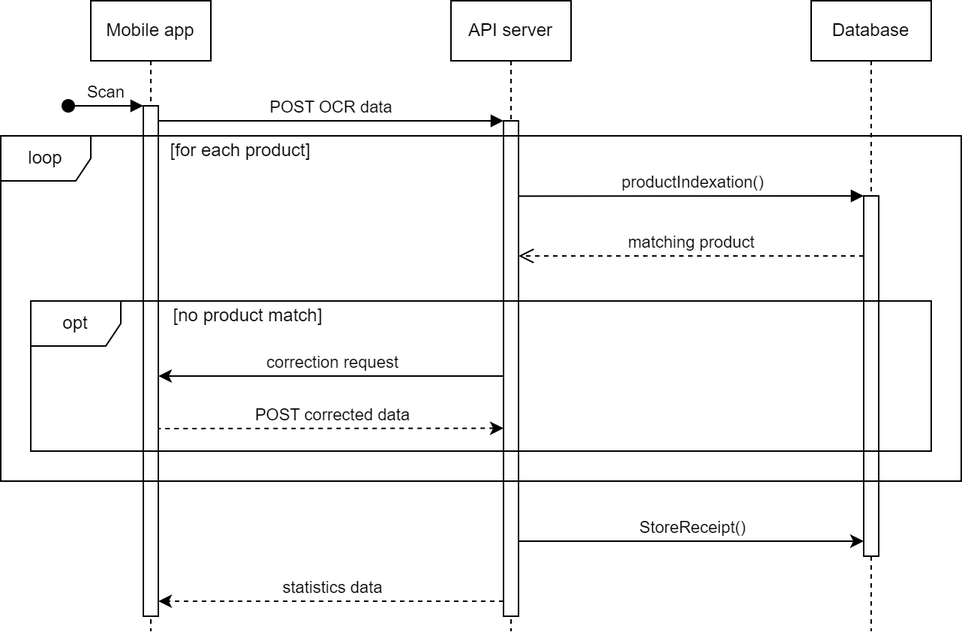
Above: docs/figures/sequence_scan.png in DrC0okie/scanalyze (draw.io), before the change. Source tidied: cells renumbered, new cells last; positions are measured from the earlier drawing's top-left corner, leaving out a move shared by most shapes. Source of this version:
```xml
<mxGraphModel>
  <root>
    <mxCell id="0" />
    <mxCell id="1" parent="0" />
    <mxCell id="2" value="Mobile app" style="shape=umlLifeline;perimeter=lifelinePerimeter;whiteSpace=wrap;html=1;newEdgeStyle={&quot;edgeStyle&quot;:&quot;elbowEdgeStyle&quot;,&quot;elbow&quot;:&quot;vertical&quot;,&quot;curved&quot;:0,&quot;rounded&quot;:0};" parent="1" vertex="1">
      <mxGeometry x="60" width="80" height="420" as="geometry" />
    </mxCell>
    <mxCell id="3" style="html=1;points=[];perimeter=orthogonalPerimeter;outlineConnect=0;targetShapes=umlLifeline;portConstraint=eastwest;newEdgeStyle={&quot;edgeStyle&quot;:&quot;elbowEdgeStyle&quot;,&quot;elbow&quot;:&quot;vertical&quot;,&quot;curved&quot;:0,&quot;rounded&quot;:0};" parent="2" vertex="1">
      <mxGeometry x="35" y="70" width="10" height="340" as="geometry" />
    </mxCell>
    <mxCell id="4" value="Scan" style="html=1;verticalAlign=bottom;startArrow=oval;endArrow=block;startSize=8;edgeStyle=elbowEdgeStyle;elbow=vertical;curved=0;rounded=0;" parent="2" edge="1" target="3">
      <mxGeometry relative="1" as="geometry">
        <mxPoint x="-15" y="70" as="sourcePoint" />
      </mxGeometry>
    </mxCell>
    <mxCell id="5" value="API server" style="shape=umlLifeline;whiteSpace=wrap;html=1;newEdgeStyle={&quot;edgeStyle&quot;:&quot;elbowEdgeStyle&quot;,&quot;elbow&quot;:&quot;vertical&quot;,&quot;curved&quot;:0,&quot;rounded&quot;:0};perimeter=rectanglePerimeter;targetShapes=umlLifeline;participant=label;" parent="1" vertex="1">
      <mxGeometry x="300" width="80" height="420" as="geometry" />
    </mxCell>
    <mxCell id="6" style="html=1;points=[];perimeter=orthogonalPerimeter;outlineConnect=0;targetShapes=umlLifeline;portConstraint=eastwest;newEdgeStyle={&quot;edgeStyle&quot;:&quot;elbowEdgeStyle&quot;,&quot;elbow&quot;:&quot;vertical&quot;,&quot;curved&quot;:0,&quot;rounded&quot;:0};" parent="5" vertex="1">
      <mxGeometry x="35" y="80" width="10" height="330" as="geometry" />
    </mxCell>
    <mxCell id="7" value="POST OCR data" style="html=1;verticalAlign=bottom;endArrow=block;edgeStyle=elbowEdgeStyle;elbow=vertical;curved=0;rounded=0;" parent="1" edge="1" source="3" target="6">
      <mxGeometry relative="1" as="geometry">
        <Array as="points">
          <mxPoint x="200" y="80" />
        </Array>
      </mxGeometry>
    </mxCell>
    <mxCell id="8" value="Database" style="shape=umlLifeline;perimeter=lifelinePerimeter;whiteSpace=wrap;html=1;newEdgeStyle={&quot;edgeStyle&quot;:&quot;elbowEdgeStyle&quot;,&quot;elbow&quot;:&quot;vertical&quot;,&quot;curved&quot;:0,&quot;rounded&quot;:0};" parent="1" vertex="1">
      <mxGeometry x="540" width="80" height="420" as="geometry" />
    </mxCell>
    <mxCell id="9" style="html=1;points=[];perimeter=orthogonalPerimeter;outlineConnect=0;targetShapes=umlLifeline;portConstraint=eastwest;newEdgeStyle={&quot;edgeStyle&quot;:&quot;elbowEdgeStyle&quot;,&quot;elbow&quot;:&quot;vertical&quot;,&quot;curved&quot;:0,&quot;rounded&quot;:0};" parent="8" vertex="1">
      <mxGeometry x="35" y="130" width="10" height="240" as="geometry" />
    </mxCell>
    <mxCell id="10" style="edgeStyle=elbowEdgeStyle;rounded=0;orthogonalLoop=1;jettySize=auto;html=1;elbow=vertical;curved=0;endArrow=block;endFill=1;" parent="1" edge="1">
      <mxGeometry relative="1" as="geometry">
        <mxPoint x="345" y="130.2" as="sourcePoint" />
        <mxPoint x="575" y="130.2" as="targetPoint" />
      </mxGeometry>
    </mxCell>
    <mxCell id="11" value="productIndexation()" style="edgeLabel;html=1;align=center;verticalAlign=middle;" parent="10" vertex="1">
      <mxGeometry x="-0.14" y="1" relative="1" as="geometry">
        <mxPoint x="17" y="-9" as="offset" />
      </mxGeometry>
    </mxCell>
    <mxCell id="12" value="matching product" style="html=1;verticalAlign=bottom;endArrow=open;dashed=1;endSize=8;edgeStyle=elbowEdgeStyle;elbow=vertical;curved=0;rounded=0;" parent="1" edge="1">
      <mxGeometry relative="1" as="geometry">
        <mxPoint x="575" y="170" as="sourcePoint" />
        <mxPoint x="345" y="170" as="targetPoint" />
        <Array as="points">
          <mxPoint x="355" y="170" />
        </Array>
      </mxGeometry>
    </mxCell>
    <mxCell id="13" value="loop" style="shape=umlFrame;whiteSpace=wrap;html=1;" parent="1" vertex="1">
      <mxGeometry y="90" width="640" height="230" as="geometry" />
    </mxCell>
    <mxCell id="14" value="[for each product]" style="text;strokeColor=none;align=center;fillColor=none;html=1;verticalAlign=middle;whiteSpace=wrap;rounded=0;" parent="1" vertex="1">
      <mxGeometry x="100" y="90" width="120" height="20" as="geometry" />
    </mxCell>
    <mxCell id="15" value="opt" style="shape=umlFrame;whiteSpace=wrap;html=1;" parent="1" vertex="1">
      <mxGeometry x="20" y="200" width="600" height="100" as="geometry" />
    </mxCell>
    <mxCell id="16" value="[no product match]" style="text;strokeColor=none;align=center;fillColor=none;html=1;verticalAlign=middle;whiteSpace=wrap;rounded=0;" parent="1" vertex="1">
      <mxGeometry x="110" y="200" width="110" height="20" as="geometry" />
    </mxCell>
    <mxCell id="17" style="edgeStyle=elbowEdgeStyle;rounded=0;orthogonalLoop=1;jettySize=auto;html=1;elbow=vertical;curved=0;" parent="1" edge="1">
      <mxGeometry relative="1" as="geometry">
        <mxPoint x="335" y="250" as="sourcePoint" />
        <mxPoint x="105" y="250" as="targetPoint" />
      </mxGeometry>
    </mxCell>
    <mxCell id="18" value="correction request" style="edgeLabel;html=1;align=center;verticalAlign=middle;" parent="17" vertex="1">
      <mxGeometry x="0.25" y="-1" relative="1" as="geometry">
        <mxPoint x="29" y="-9" as="offset" />
      </mxGeometry>
    </mxCell>
    <mxCell id="19" style="edgeStyle=elbowEdgeStyle;rounded=0;orthogonalLoop=1;jettySize=auto;html=1;elbow=vertical;curved=0;endArrow=none;endFill=0;startArrow=classic;startFill=1;dashed=1;" parent="1" edge="1">
      <mxGeometry relative="1" as="geometry">
        <mxPoint x="335" y="284.8" as="sourcePoint" />
        <mxPoint x="105" y="284.8" as="targetPoint" />
      </mxGeometry>
    </mxCell>
    <mxCell id="20" value="POST corrected data" style="edgeLabel;html=1;align=center;verticalAlign=middle;" parent="19" vertex="1">
      <mxGeometry x="0.25" y="-1" relative="1" as="geometry">
        <mxPoint x="29" y="-9" as="offset" />
      </mxGeometry>
    </mxCell>
    <mxCell id="21" style="edgeStyle=elbowEdgeStyle;rounded=0;jettySize=auto;html=1;elbow=vertical;curved=0;dashed=1;" parent="1" edge="1" source="6" target="3">
      <mxGeometry relative="1" as="geometry">
        <Array as="points">
          <mxPoint x="290" y="400" />
        </Array>
      </mxGeometry>
    </mxCell>
    <mxCell id="22" value="statistics data" style="edgeLabel;html=1;align=center;verticalAlign=middle;" parent="21" vertex="1">
      <mxGeometry x="0.25" y="-1" relative="1" as="geometry">
        <mxPoint x="29" y="-9" as="offset" />
      </mxGeometry>
    </mxCell>
    <mxCell id="23" style="edgeStyle=elbowEdgeStyle;rounded=0;jettySize=auto;html=1;elbow=vertical;curved=0;endArrow=none;endFill=0;startArrow=classic;startFill=1;" parent="1" edge="1" source="9" target="6">
      <mxGeometry relative="1" as="geometry">
        <Array as="points">
          <mxPoint x="380" y="360" />
          <mxPoint x="565" y="330" />
        </Array>
      </mxGeometry>
    </mxCell>
    <mxCell id="24" value="StoreReceipt()" style="edgeLabel;html=1;align=center;verticalAlign=middle;" parent="23" vertex="1">
      <mxGeometry x="0.25" y="-1" relative="1" as="geometry">
        <mxPoint x="29" y="-9" as="offset" />
      </mxGeometry>
    </mxCell>
  </root>
</mxGraphModel>
```
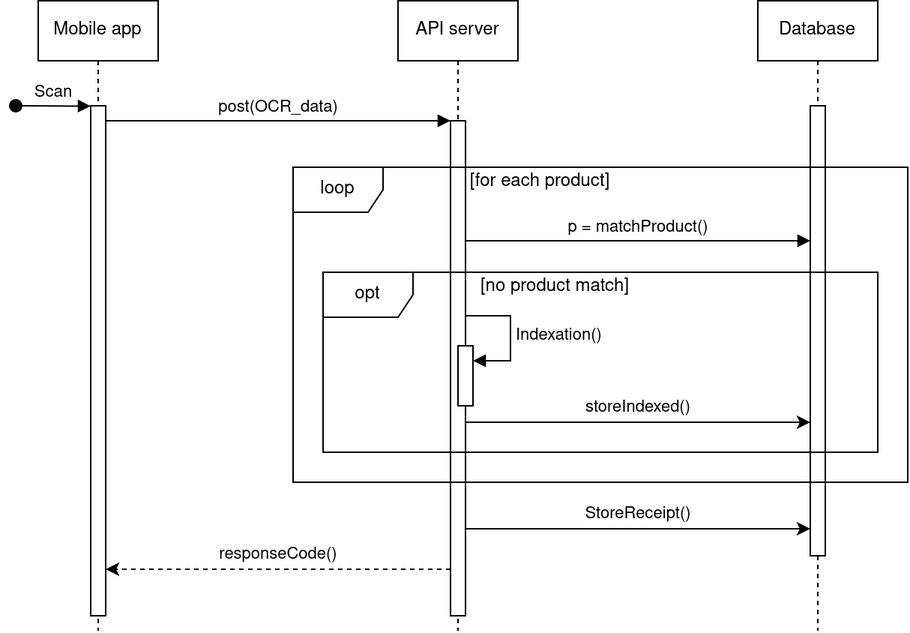
The same diagram one commit later.

Change to the diagram source:
```diff
@@ -19,7 +19,18 @@
     <mxCell id="6" style="html=1;points=[];perimeter=orthogonalPerimeter;outlineConnect=0;targetShapes=umlLifeline;portConstraint=eastwest;newEdgeStyle={&quot;edgeStyle&quot;:&quot;elbowEdgeStyle&quot;,&quot;elbow&quot;:&quot;vertical&quot;,&quot;curved&quot;:0,&quot;rounded&quot;:0};" parent="5" vertex="1">
       <mxGeometry x="35" y="80" width="10" height="330" as="geometry" />
     </mxCell>
+    <mxCell id="25" style="html=1;points=[];perimeter=orthogonalPerimeter;outlineConnect=0;targetShapes=umlLifeline;portConstraint=eastwest;newEdgeStyle={&quot;edgeStyle&quot;:&quot;elbowEdgeStyle&quot;,&quot;elbow&quot;:&quot;vertical&quot;,&quot;curved&quot;:0,&quot;rounded&quot;:0};" parent="5" vertex="1">
+      <mxGeometry x="40" y="230" width="10" height="40" as="geometry" />
+    </mxCell>
+    <mxCell id="26" value="Indexation()" style="html=1;align=left;spacingLeft=2;endArrow=block;rounded=0;edgeStyle=orthogonalEdgeStyle;curved=0;rounded=0;" parent="5" edge="1" target="25">
+      <mxGeometry relative="1" as="geometry">
+        <mxPoint x="45" y="210" as="sourcePoint" />
+        <Array as="points">
+          <mxPoint x="75" y="240" />
+        </Array>
+      </mxGeometry>
+    </mxCell>
-    <mxCell id="7" value="POST OCR data" style="html=1;verticalAlign=bottom;endArrow=block;edgeStyle=elbowEdgeStyle;elbow=vertical;curved=0;rounded=0;" parent="1" edge="1" source="3" target="6">
+    <mxCell id="7" value="post(OCR_data)" style="html=1;verticalAlign=bottom;endArrow=block;edgeStyle=elbowEdgeStyle;elbow=vertical;curved=0;rounded=0;" parent="1" edge="1" source="3" target="6">
       <mxGeometry relative="1" as="geometry">
         <Array as="points">
           <mxPoint x="200" y="80" />
@@ -30,79 +41,41 @@
       <mxGeometry x="540" width="80" height="420" as="geometry" />
     </mxCell>
     <mxCell id="9" style="html=1;points=[];perimeter=orthogonalPerimeter;outlineConnect=0;targetShapes=umlLifeline;portConstraint=eastwest;newEdgeStyle={&quot;edgeStyle&quot;:&quot;elbowEdgeStyle&quot;,&quot;elbow&quot;:&quot;vertical&quot;,&quot;curved&quot;:0,&quot;rounded&quot;:0};" parent="8" vertex="1">
-      <mxGeometry x="35" y="130" width="10" height="240" as="geometry" />
+      <mxGeometry x="35" y="70" width="10" height="300" as="geometry" />
     </mxCell>
-    <mxCell id="10" style="edgeStyle=elbowEdgeStyle;rounded=0;orthogonalLoop=1;jettySize=auto;html=1;elbow=vertical;curved=0;endArrow=block;endFill=1;" parent="1" edge="1">
-      <mxGeometry relative="1" as="geometry">
-        <mxPoint x="345" y="130.2" as="sourcePoint" />
-        <mxPoint x="575" y="130.2" as="targetPoint" />
-      </mxGeometry>
-    </mxCell>
-    <mxCell id="11" value="productIndexation()" style="edgeLabel;html=1;align=center;verticalAlign=middle;" parent="10" vertex="1">
-      <mxGeometry x="-0.14" y="1" relative="1" as="geometry">
-        <mxPoint x="17" y="-9" as="offset" />
-      </mxGeometry>
-    </mxCell>
-    <mxCell id="12" value="matching product" style="html=1;verticalAlign=bottom;endArrow=open;dashed=1;endSize=8;edgeStyle=elbowEdgeStyle;elbow=vertical;curved=0;rounded=0;" parent="1" edge="1">
-      <mxGeometry relative="1" as="geometry">
-        <mxPoint x="575" y="170" as="sourcePoint" />
-        <mxPoint x="345" y="170" as="targetPoint" />
-        <Array as="points">
-          <mxPoint x="355" y="170" />
-        </Array>
-      </mxGeometry>
-    </mxCell>
     <mxCell id="13" value="loop" style="shape=umlFrame;whiteSpace=wrap;html=1;" parent="1" vertex="1">
-      <mxGeometry y="90" width="640" height="230" as="geometry" />
+      <mxGeometry x="230" y="111" width="410" height="210" as="geometry" />
     </mxCell>
     <mxCell id="14" value="[for each product]" style="text;strokeColor=none;align=center;fillColor=none;html=1;verticalAlign=middle;whiteSpace=wrap;rounded=0;" parent="1" vertex="1">
-      <mxGeometry x="100" y="90" width="120" height="20" as="geometry" />
+      <mxGeometry x="345" y="111" width="100" height="20" as="geometry" />
     </mxCell>
     <mxCell id="15" value="opt" style="shape=umlFrame;whiteSpace=wrap;html=1;" parent="1" vertex="1">
-      <mxGeometry x="20" y="200" width="600" height="100" as="geometry" />
+      <mxGeometry x="250" y="181" width="370" height="120" as="geometry" />
     </mxCell>
     <mxCell id="16" value="[no product match]" style="text;strokeColor=none;align=center;fillColor=none;html=1;verticalAlign=middle;whiteSpace=wrap;rounded=0;" parent="1" vertex="1">
-      <mxGeometry x="110" y="200" width="110" height="20" as="geometry" />
+      <mxGeometry x="350" y="181" width="110" height="20" as="geometry" />
     </mxCell>
-    <mxCell id="17" style="edgeStyle=elbowEdgeStyle;rounded=0;orthogonalLoop=1;jettySize=auto;html=1;elbow=vertical;curved=0;" parent="1" edge="1">
-      <mxGeometry relative="1" as="geometry">
-        <mxPoint x="335" y="250" as="sourcePoint" />
-        <mxPoint x="105" y="250" as="targetPoint" />
-      </mxGeometry>
-    </mxCell>
-    <mxCell id="18" value="correction request" style="edgeLabel;html=1;align=center;verticalAlign=middle;" parent="17" vertex="1">
-      <mxGeometry x="0.25" y="-1" relative="1" as="geometry">
-        <mxPoint x="29" y="-9" as="offset" />
-      </mxGeometry>
-    </mxCell>
-    <mxCell id="19" style="edgeStyle=elbowEdgeStyle;rounded=0;orthogonalLoop=1;jettySize=auto;html=1;elbow=vertical;curved=0;endArrow=none;endFill=0;startArrow=classic;startFill=1;dashed=1;" parent="1" edge="1">
-      <mxGeometry relative="1" as="geometry">
-        <mxPoint x="335" y="284.8" as="sourcePoint" />
-        <mxPoint x="105" y="284.8" as="targetPoint" />
-      </mxGeometry>
-    </mxCell>
-    <mxCell id="20" value="POST corrected data" style="edgeLabel;html=1;align=center;verticalAlign=middle;" parent="19" vertex="1">
-      <mxGeometry x="0.25" y="-1" relative="1" as="geometry">
-        <mxPoint x="29" y="-9" as="offset" />
-      </mxGeometry>
-    </mxCell>
-    <mxCell id="21" style="edgeStyle=elbowEdgeStyle;rounded=0;jettySize=auto;html=1;elbow=vertical;curved=0;dashed=1;" parent="1" edge="1" source="6" target="3">
+    <mxCell id="21" style="edgeStyle=elbowEdgeStyle;rounded=0;orthogonalLoop=1;jettySize=auto;html=1;elbow=vertical;curved=0;dashed=1;" parent="1" edge="1">
       <mxGeometry relative="1" as="geometry">
+        <mxPoint x="335" y="379" as="sourcePoint" />
+        <mxPoint x="105" y="379" as="targetPoint" />
         <Array as="points">
-          <mxPoint x="290" y="400" />
+          <mxPoint x="290" y="379" />
         </Array>
       </mxGeometry>
     </mxCell>
-    <mxCell id="22" value="statistics data" style="edgeLabel;html=1;align=center;verticalAlign=middle;" parent="21" vertex="1">
+    <mxCell id="22" value="responseCode()" style="edgeLabel;html=1;align=center;verticalAlign=middle;" parent="21" vertex="1">
       <mxGeometry x="0.25" y="-1" relative="1" as="geometry">
         <mxPoint x="29" y="-9" as="offset" />
       </mxGeometry>
     </mxCell>
-    <mxCell id="23" style="edgeStyle=elbowEdgeStyle;rounded=0;jettySize=auto;html=1;elbow=vertical;curved=0;endArrow=none;endFill=0;startArrow=classic;startFill=1;" parent="1" edge="1" source="9" target="6">
+    <mxCell id="23" style="edgeStyle=elbowEdgeStyle;rounded=0;orthogonalLoop=1;jettySize=auto;html=1;elbow=vertical;curved=0;endArrow=none;endFill=0;startArrow=classic;startFill=1;" parent="1" edge="1">
       <mxGeometry relative="1" as="geometry">
+        <mxPoint x="575" y="352" as="sourcePoint" />
+        <mxPoint x="345" y="352" as="targetPoint" />
         <Array as="points">
-          <mxPoint x="380" y="360" />
-          <mxPoint x="565" y="330" />
+          <mxPoint x="380" y="352" />
+          <mxPoint x="565" y="322" />
         </Array>
       </mxGeometry>
     </mxCell>
@@ -111,5 +84,29 @@
         <mxPoint x="29" y="-9" as="offset" />
       </mxGeometry>
     </mxCell>
+    <mxCell id="27" value="p = matchProduct()" style="html=1;verticalAlign=bottom;endArrow=block;edgeStyle=elbowEdgeStyle;elbow=vertical;curved=0;rounded=0;" parent="1" edge="1">
+      <mxGeometry relative="1" as="geometry">
+        <mxPoint x="345" y="160" as="sourcePoint" />
+        <mxPoint x="575" y="160" as="targetPoint" />
+        <Array as="points">
+          <mxPoint x="445" y="160" />
+        </Array>
+      </mxGeometry>
+    </mxCell>
+    <mxCell id="28" style="edgeStyle=elbowEdgeStyle;rounded=0;orthogonalLoop=1;jettySize=auto;html=1;elbow=vertical;curved=0;endArrow=none;endFill=0;startArrow=classic;startFill=1;" parent="1" edge="1">
+      <mxGeometry relative="1" as="geometry">
+        <mxPoint x="575" y="281" as="sourcePoint" />
+        <mxPoint x="345" y="281" as="targetPoint" />
+        <Array as="points">
+          <mxPoint x="550" y="281" />
+          <mxPoint x="570" y="250.9" />
+        </Array>
+      </mxGeometry>
+    </mxCell>
+    <mxCell id="29" value="storeIndexed()" style="edgeLabel;html=1;align=center;verticalAlign=middle;" parent="28" vertex="1">
+      <mxGeometry x="0.25" y="-1" relative="1" as="geometry">
+        <mxPoint x="29" y="-9" as="offset" />
+      </mxGeometry>
+    </mxCell>
   </root>
 </mxGraphModel>
```
